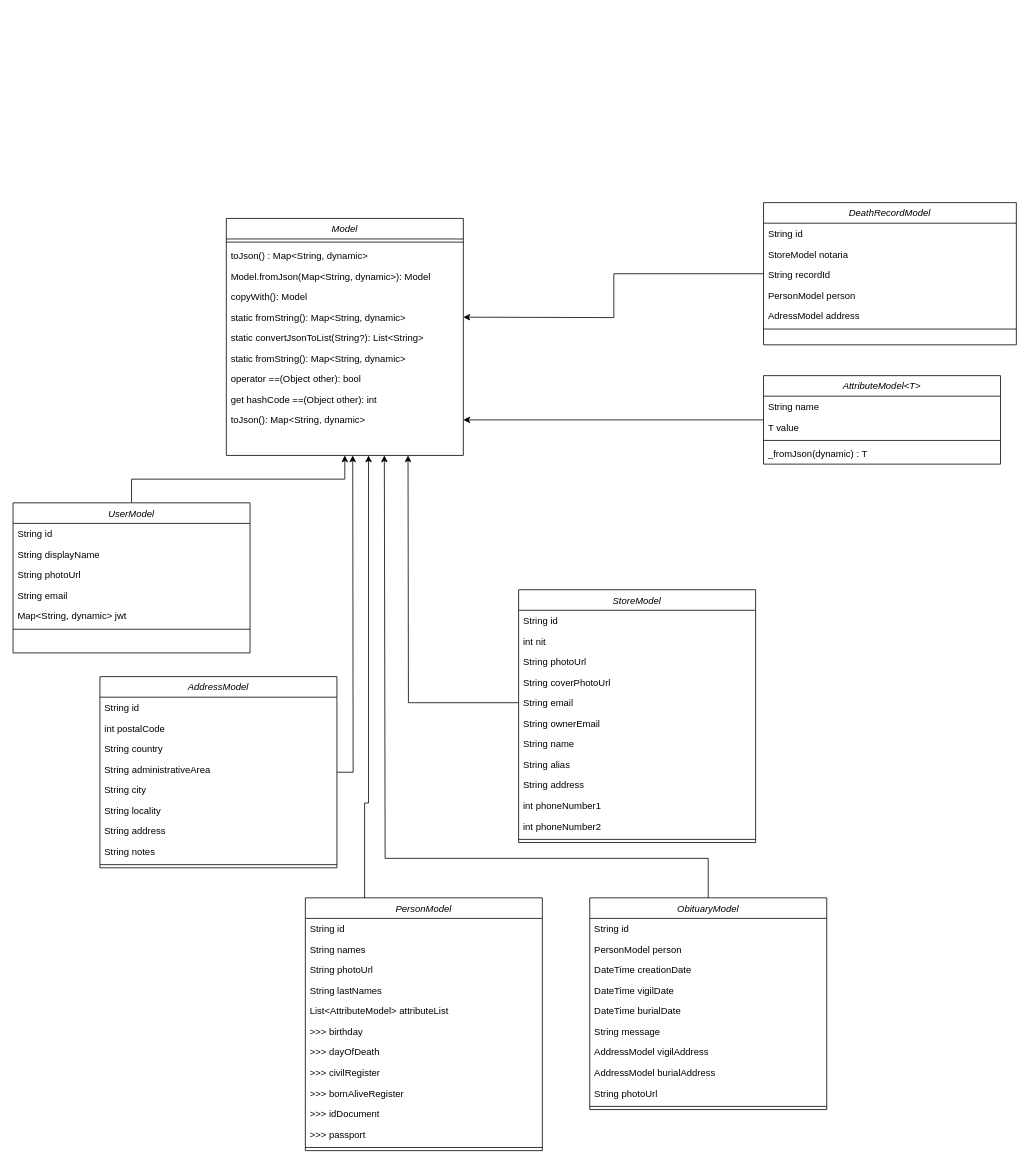
This is uml/uml_diagrams.drawio from grupo-jocaagura/jocaagura_domain, a draw.io file, before an edit. Source tidied: cells renumbered, new cells numbered last; positions are measured from the earlier drawing's top-left corner, leaving out a move shared by most shapes. Both pictures are drawn from the tidied source at 79%, with x=0, y=0 at pixel (13, 202).
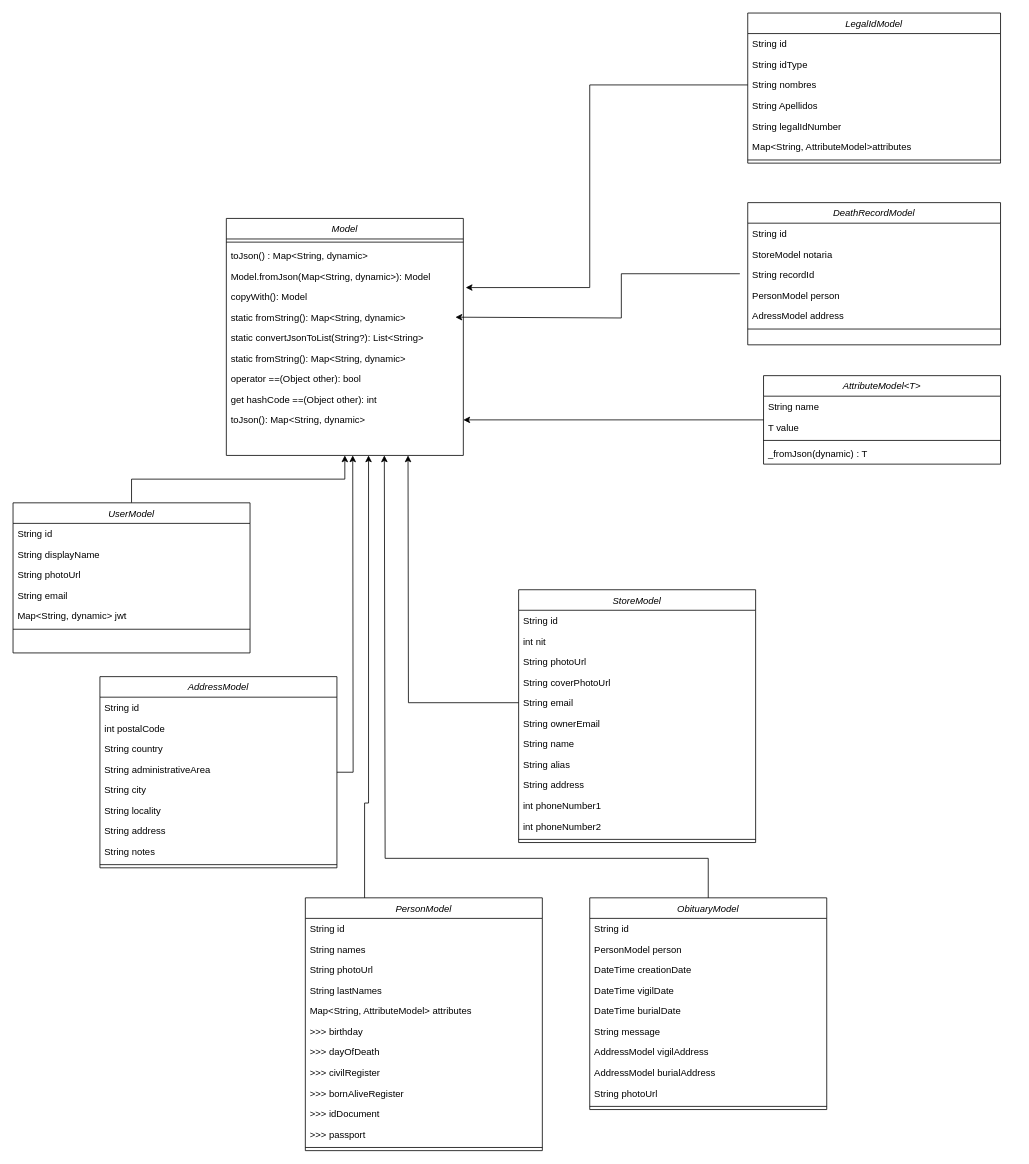
The same page after the edit.

Unchanged cells that the change refers to:
```xml
<mxCell id="33" value="PersonModel" style="swimlane;fontStyle=2;align=center;verticalAlign=top;horizontal=1;startSize=26;rounded=0;shadow=0;strokeWidth=1;" parent="1" vertex="1">
  <mxGeometry x="370" y="880" width="300" height="320" as="geometry" />
</mxCell>
<mxCell id="73" value="copyWith(): Model " style="text;align=left;verticalAlign=top;spacingLeft=4;spacingRight=4;overflow=hidden;points=[[0,0.5],[1,0.5]];portConstraint=eastwest;" parent="69" vertex="1">
  <mxGeometry y="86" width="300" height="26" as="geometry" />
</mxCell>
```

Change to the diagram source:
```diff
@@
-    <mxCell id="38" value="List&lt;AttributeModel&gt; attributeList" style="text;align=left;verticalAlign=top;spacingLeft=4;spacingRight=4;overflow=hidden;" parent="33" vertex="1">
+    <mxCell id="38" value="Map&lt;String, AttributeModel&gt; attributes&#10;" style="text;align=left;verticalAlign=top;spacingLeft=4;spacingRight=4;overflow=hidden;" parent="33" vertex="1">
       <mxGeometry y="130" width="300" height="26" as="geometry" />
     </mxCell>
@@
-    <mxCell id="81" style="edgeStyle=orthogonalEdgeStyle;rounded=0;jettySize=auto;html=1;entryX=1;entryY=0.5;entryDx=0;entryDy=0;" parent="1" edge="1" source="82">
+    <mxCell id="81" style="edgeStyle=orthogonalEdgeStyle;rounded=0;orthogonalLoop=1;jettySize=auto;html=1;entryX=1;entryY=0.5;entryDx=0;entryDy=0;" parent="1" edge="1">
       <mxGeometry relative="1" as="geometry">
-        <mxPoint x="570" y="145" as="targetPoint" />
+        <mxPoint x="920" y="90" as="sourcePoint" />
+        <mxPoint x="560" y="145" as="targetPoint" />
+        <Array as="points">
+          <mxPoint x="770" y="90" />
+          <mxPoint x="770" y="146" />
+        </Array>
       </mxGeometry>
     </mxCell>
     <mxCell id="82" value="DeathRecordModel" style="swimlane;fontStyle=2;align=center;verticalAlign=top;horizontal=1;startSize=26;rounded=0;shadow=0;strokeWidth=1;" parent="1" vertex="1">
-      <mxGeometry x="950" width="320" height="180" as="geometry" />
+      <mxGeometry x="930" width="320" height="180" as="geometry" />
     </mxCell>
@@
+    <mxCell id="89" value="LegalIdModel" style="swimlane;fontStyle=2;align=center;verticalAlign=top;horizontal=1;startSize=26;rounded=0;shadow=0;strokeWidth=1;" parent="1" vertex="1">
+      <mxGeometry x="930" y="-240" width="320" height="190" as="geometry" />
+    </mxCell>
+    <mxCell id="90" value="String id" style="text;align=left;verticalAlign=top;spacingLeft=4;spacingRight=4;overflow=hidden;" parent="89" vertex="1">
+      <mxGeometry y="26" width="320" height="26" as="geometry" />
+    </mxCell>
+    <mxCell id="91" value="String idType" style="text;align=left;verticalAlign=top;spacingLeft=4;spacingRight=4;overflow=hidden;" parent="89" vertex="1">
+      <mxGeometry y="52" width="320" height="26" as="geometry" />
+    </mxCell>
+    <mxCell id="92" value="String nombres" style="text;align=left;verticalAlign=top;spacingLeft=4;spacingRight=4;overflow=hidden;points=[[0,0.5],[1,0.5]];portConstraint=eastwest;" parent="89" vertex="1">
+      <mxGeometry y="78" width="320" height="26" as="geometry" />
+    </mxCell>
+    <mxCell id="93" value="String Apellidos" style="text;align=left;verticalAlign=top;spacingLeft=4;spacingRight=4;overflow=hidden;" parent="89" vertex="1">
+      <mxGeometry y="104" width="320" height="26" as="geometry" />
+    </mxCell>
+    <mxCell id="94" value="String legalIdNumber" style="text;align=left;verticalAlign=top;spacingLeft=4;spacingRight=4;overflow=hidden;" parent="89" vertex="1">
+      <mxGeometry y="130" width="320" height="26" as="geometry" />
+    </mxCell>
+    <mxCell id="95" value="Map&lt;String, AttributeModel&gt;attributes" style="text;align=left;verticalAlign=top;spacingLeft=4;spacingRight=4;overflow=hidden;" parent="89" vertex="1">
+      <mxGeometry y="156" width="320" height="26" as="geometry" />
+    </mxCell>
+    <mxCell id="96" style="line;html=1;strokeWidth=1;align=left;verticalAlign=middle;spacingTop=-1;spacingLeft=3;spacingRight=3;labelPosition=right;" parent="89" vertex="1">
+      <mxGeometry y="182" width="320" height="8" as="geometry" />
+    </mxCell>
+    <mxCell id="97" style="edgeStyle=orthogonalEdgeStyle;rounded=0;jettySize=auto;html=1;exitX=0;exitY=0.5;exitDx=0;exitDy=0;entryX=1.01;entryY=0.058;entryDx=0;entryDy=0;entryPerimeter=0;" parent="1" edge="1" source="92" target="73">
+      <mxGeometry relative="1" as="geometry">
+        <Array as="points">
+          <mxPoint x="730" y="-149" />
+          <mxPoint x="730" y="108" />
+        </Array>
+      </mxGeometry>
+    </mxCell>
```
